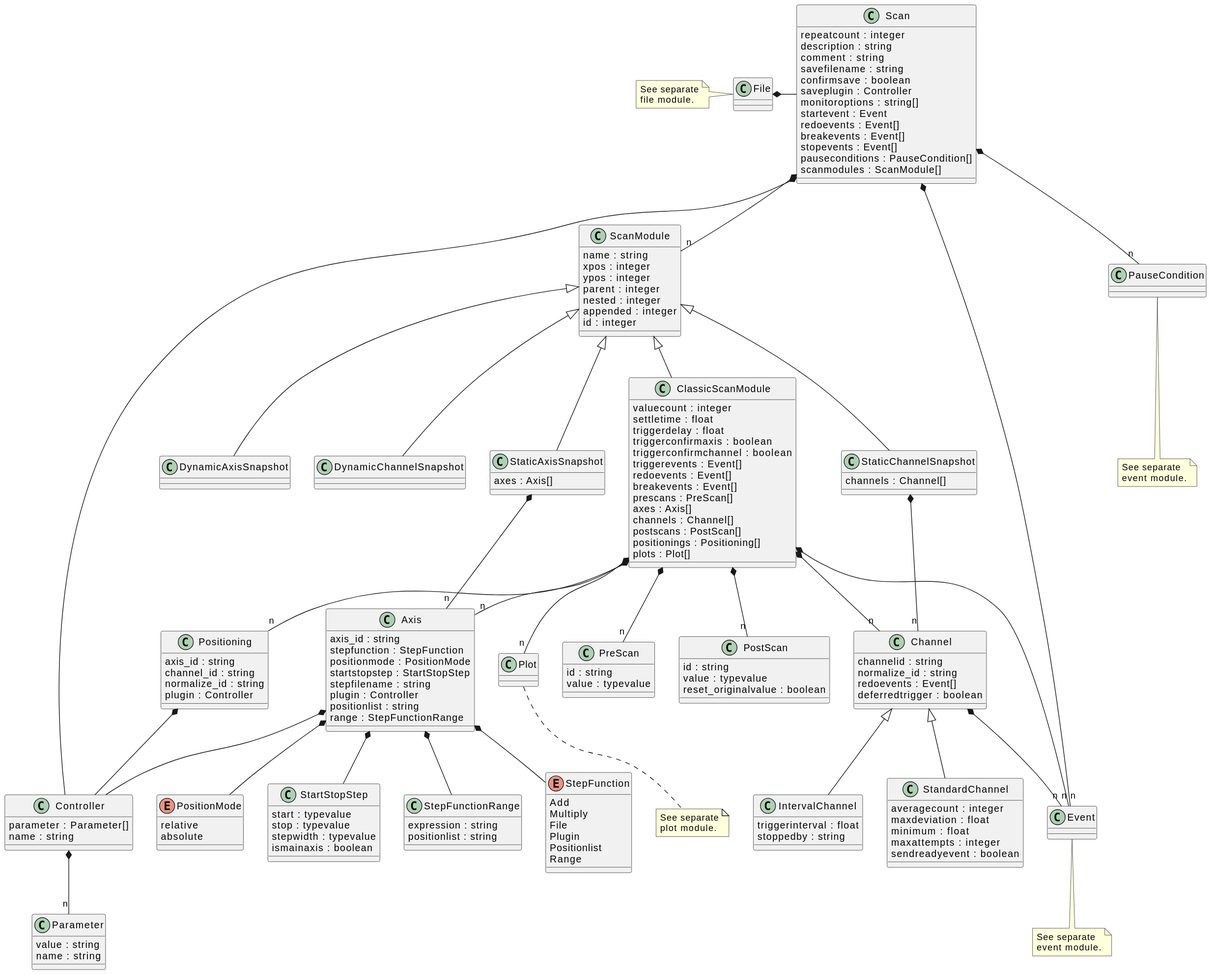
tillbiskup/evedata keeps this PlantUML diagram as docs/uml/evedata.scan.entities.scan.svg. Above is the earlier version. The source it was exported from:
```plantuml
@startuml

class Scan {
    repeatcount : integer
    description : string
    comment : string
    savefilename : string
    confirmsave : boolean
    saveplugin : Controller
    monitoroptions : string[]
    startevent : Event
    redoevents : Event[]
    breakevents : Event[]
    stopevents : Event[]
    pauseconditions : PauseCondition[]
    scanmodules : ScanModule[]
}
Scan *-- Controller
Scan *-- "n" ScanModule
Scan *-- "n" PauseCondition
Scan *-- "n" Event

note bottom of PauseCondition: See separate\nevent module.

File *- Scan
note left of File: See separate\nfile module.

class ScanModule {
    name : string
    xpos : integer
    ypos : integer
    parent : integer
    nested : integer
    appended : integer
    id : integer
}
ScanModule <|-- ClassicScanModule
ScanModule <|-- StaticAxisSnapshot
ScanModule <|-- StaticChannelSnapshot
ScanModule <|-- DynamicAxisSnapshot
ScanModule <|-- DynamicChannelSnapshot

class Controller {
    parameter : Parameter[]
    name : string
}
Controller *-- "n" Parameter

class IntervalChannel {
    triggerinterval : float
    stoppedby : string
}

class Parameter {
    value : string
    name : string
}

class Positioning {
    axis_id : string
    channel_id : string
    normalize_id : string
    plugin : Controller
}
Positioning *-- Controller

class ClassicScanModule {
    valuecount : integer
    settletime : float
    triggerdelay : float
    triggerconfirmaxis : boolean
    triggerconfirmchannel : boolean
    triggerevents : Event[]
    redoevents : Event[]
    breakevents : Event[]
    prescans : PreScan[]
    axes : Axis[]
    channels : Channel[]
    postscans : PostScan[]
    positionings : Positioning[]
    plots : Plot[]
}
ClassicScanModule *-- "n" Event
ClassicScanModule *-- "n" PreScan
ClassicScanModule *-- "n" Axis
ClassicScanModule *-- "n" Channel
ClassicScanModule *-- "n" PostScan
ClassicScanModule *-- "n" Positioning
ClassicScanModule *-- "n" Plot

note bottom of Plot: See separate\nplot module.
note bottom of Event: See separate\nevent module.

class PreScan {
    id : string
    value : typevalue
}

class PostScan {
    id : string
    value : typevalue
    reset_originalvalue : boolean
}

class DynamicAxisSnapshot {
}

class DynamicChannelSnapshot {
}

class StaticAxisSnapshot {
    axes : Axis[]
}
StaticAxisSnapshot *-- "n" Axis

class StaticChannelSnapshot {
    channels : Channel[]
}
StaticChannelSnapshot *-- "n" Channel

class Axis {
    axis_id : string
    stepfunction : StepFunction
    positionmode : PositionMode
    startstopstep : StartStopStep
    stepfilename : string
    plugin : Controller
    positionlist : string
    range : StepFunctionRange
}
Axis *-- StepFunction
Axis *-- PositionMode
Axis *-- StartStopStep
Axis *-- Controller
Axis *-- StepFunctionRange

enum PositionMode {
    relative
    absolute
}

class Channel {
    channelid : string
    normalize_id : string
    redoevents : Event[]
    deferredtrigger : boolean
}
Channel <|-- StandardChannel
Channel <|-- IntervalChannel
Channel *-- "n" Event

class StandardChannel {
    averagecount : integer
    maxdeviation : float
    minimum : float
    maxattempts : integer
    sendreadyevent : boolean
}

class StartStopStep {
    start : typevalue
    stop : typevalue
    stepwidth : typevalue
    ismainaxis : boolean
}

enum StepFunction {
    Add
    Multiply
    File
    Plugin
    Positionlist
    Range
}

class StepFunctionRange {
    expression : string
    positionlist : string
}
@enduml
```
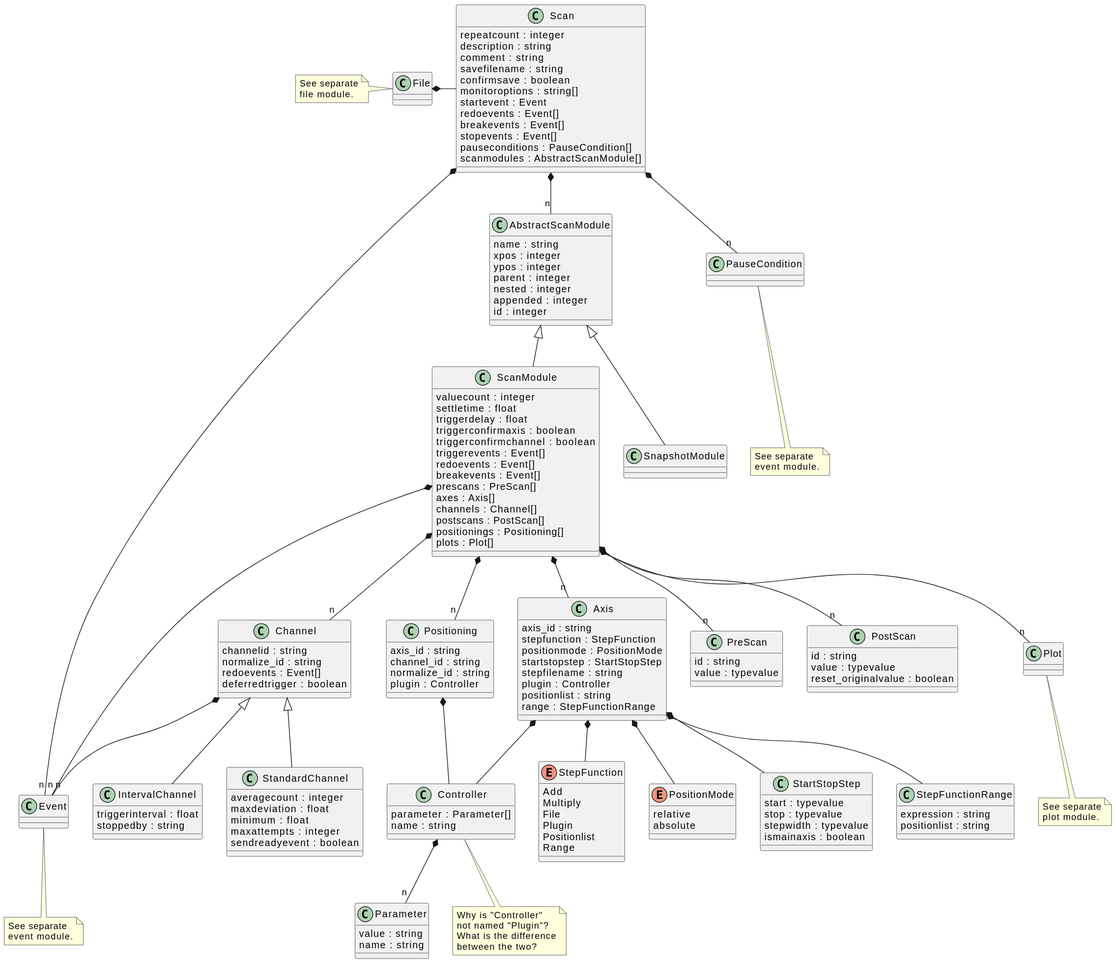
After the change.

Diff of the diagram source:
```diff
@@ -6,17 +6,15 @@
     comment : string
     savefilename : string
     confirmsave : boolean
-    saveplugin : Controller
     monitoroptions : string[]
     startevent : Event
     redoevents : Event[]
     breakevents : Event[]
     stopevents : Event[]
     pauseconditions : PauseCondition[]
-    scanmodules : ScanModule[]
+    scanmodules : AbstractScanModule[]
 }
-Scan *-- Controller
-Scan *-- "n" ScanModule
+Scan *-- "n" AbstractScanModule
 Scan *-- "n" PauseCondition
 Scan *-- "n" Event
 
@@ -25,7 +23,7 @@
 File *- Scan
 note left of File: See separate\nfile module.
 
-class ScanModule {
+class AbstractScanModule {
     name : string
     xpos : integer
     ypos : integer
@@ -34,17 +32,21 @@
     appended : integer
     id : integer
 }
-ScanModule <|-- ClassicScanModule
-ScanModule <|-- StaticAxisSnapshot
-ScanModule <|-- StaticChannelSnapshot
-ScanModule <|-- DynamicAxisSnapshot
-ScanModule <|-- DynamicChannelSnapshot
+AbstractScanModule <|-- ScanModule
+AbstractScanModule <|-- SnapshotModule
 
 class Controller {
     parameter : Parameter[]
     name : string
 }
 Controller *-- "n" Parameter
+
+note bottom of Controller
+    Why is "Controller"
+    not named "Plugin"?
+    What is the difference
+    between the two?
+end note
 
 class IntervalChannel {
     triggerinterval : float
@@ -64,7 +66,7 @@
 }
 Positioning *-- Controller
 
-class ClassicScanModule {
+class ScanModule {
     valuecount : integer
     settletime : float
     triggerdelay : float
@@ -80,13 +82,13 @@
     positionings : Positioning[]
     plots : Plot[]
 }
-ClassicScanModule *-- "n" Event
-ClassicScanModule *-- "n" PreScan
-ClassicScanModule *-- "n" Axis
-ClassicScanModule *-- "n" Channel
-ClassicScanModule *-- "n" PostScan
-ClassicScanModule *-- "n" Positioning
-ClassicScanModule *-- "n" Plot
+ScanModule *-- "n" Event
+ScanModule *-- "n" PreScan
+ScanModule *-- "n" Axis
+ScanModule *-- "n" Channel
+ScanModule *-- "n" PostScan
+ScanModule *-- "n" Positioning
+ScanModule *-- "n" Plot
 
 note bottom of Plot: See separate\nplot module.
 note bottom of Event: See separate\nevent module.
@@ -102,21 +104,8 @@
     reset_originalvalue : boolean
 }
 
-class DynamicAxisSnapshot {
+class SnapshotModule {
 }
-
-class DynamicChannelSnapshot {
-}
-
-class StaticAxisSnapshot {
-    axes : Axis[]
-}
-StaticAxisSnapshot *-- "n" Axis
-
-class StaticChannelSnapshot {
-    channels : Channel[]
-}
-StaticChannelSnapshot *-- "n" Channel
 
 class Axis {
     axis_id : string
```
